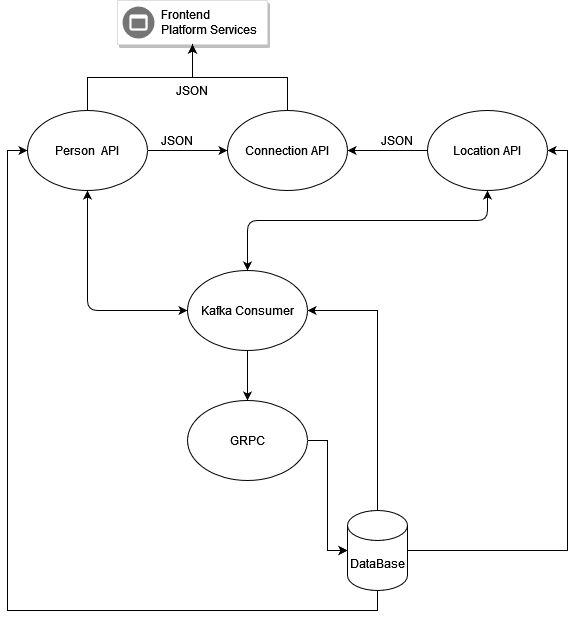
Above: docs/NewDesignDoc.png in gpcmax/nd064-c2-message-passing-projects-starter (draw.io), before the change. Source tidied: cells renumbered, new cells last; positions are measured from the earlier drawing's top-left corner, leaving out a move shared by most shapes. Source of this version:
```xml
<mxGraphModel>
  <root>
    <mxCell id="0" />
    <mxCell id="1" parent="0" />
    <mxCell id="2" style="strokeColor=#dddddd;shadow=1;strokeWidth=1;rounded=1;absoluteArcSize=1;arcSize=2;" parent="1" vertex="1">
      <mxGeometry x="90" width="150" height="44" as="geometry" />
    </mxCell>
    <mxCell id="3" value="Frontend&#10;Platform Services" style="sketch=0;dashed=0;html=1;fillColor=#757575;strokeColor=none;shape=mxgraph.gcp2.frontend_platform_services;labelPosition=right;verticalLabelPosition=middle;align=left;verticalAlign=middle;spacingLeft=5;fontSize=12;" parent="2" vertex="1">
      <mxGeometry y="0.5" width="32" height="32" relative="1" as="geometry">
        <mxPoint x="5" y="-16" as="offset" />
      </mxGeometry>
    </mxCell>
    <mxCell id="4" style="edgeStyle=orthogonalEdgeStyle;rounded=0;jettySize=auto;html=1;entryX=0.5;entryY=1;entryDx=0;entryDy=0;" parent="1" edge="1" source="6" target="2">
      <mxGeometry relative="1" as="geometry" />
    </mxCell>
    <mxCell id="5" style="edgeStyle=orthogonalEdgeStyle;rounded=0;jettySize=auto;html=1;entryX=0;entryY=0.5;entryDx=0;entryDy=0;" parent="1" edge="1" source="6" target="8">
      <mxGeometry relative="1" as="geometry" />
    </mxCell>
    <mxCell id="6" value="&lt;div&gt;Person&amp;nbsp; API&lt;/div&gt;" style="ellipse;whiteSpace=wrap;html=1;" parent="1" vertex="1">
      <mxGeometry y="110" width="120" height="80" as="geometry" />
    </mxCell>
    <mxCell id="7" style="edgeStyle=orthogonalEdgeStyle;rounded=0;jettySize=auto;html=1;entryX=0.5;entryY=1;entryDx=0;entryDy=0;" parent="1" edge="1" source="8" target="2">
      <mxGeometry relative="1" as="geometry" />
    </mxCell>
    <mxCell id="8" value="Connection API" style="ellipse;whiteSpace=wrap;html=1;" parent="1" vertex="1">
      <mxGeometry x="200" y="110" width="120" height="80" as="geometry" />
    </mxCell>
    <mxCell id="9" style="edgeStyle=orthogonalEdgeStyle;rounded=0;jettySize=auto;html=1;entryX=1;entryY=0.5;entryDx=0;entryDy=0;" parent="1" edge="1" source="10" target="8">
      <mxGeometry relative="1" as="geometry" />
    </mxCell>
    <mxCell id="10" value="Location API" style="ellipse;whiteSpace=wrap;html=1;" parent="1" vertex="1">
      <mxGeometry x="400" y="110" width="120" height="80" as="geometry" />
    </mxCell>
    <mxCell id="11" style="edgeStyle=orthogonalEdgeStyle;rounded=0;jettySize=auto;html=1;exitX=0.5;exitY=1;exitDx=0;exitDy=0;entryX=0.5;entryY=0;entryDx=0;entryDy=0;" parent="1" edge="1" source="12" target="15">
      <mxGeometry relative="1" as="geometry" />
    </mxCell>
    <mxCell id="12" value="Kafka Consumer" style="ellipse;whiteSpace=wrap;html=1;" parent="1" vertex="1">
      <mxGeometry x="160" y="270" width="120" height="80" as="geometry" />
    </mxCell>
    <mxCell id="13" style="edgeStyle=orthogonalEdgeStyle;rounded=0;jettySize=auto;html=1;entryX=0;entryY=0.5;entryDx=0;entryDy=0;entryPerimeter=0;" parent="1" edge="1" source="15" target="19">
      <mxGeometry relative="1" as="geometry" />
    </mxCell>
    <mxCell id="14" style="edgeStyle=orthogonalEdgeStyle;rounded=0;jettySize=auto;html=1;entryX=0;entryY=0.5;entryDx=0;entryDy=0;entryPerimeter=0;" parent="1" edge="1" source="15" target="19">
      <mxGeometry relative="1" as="geometry" />
    </mxCell>
    <mxCell id="15" value="GRPC" style="ellipse;whiteSpace=wrap;html=1;" parent="1" vertex="1">
      <mxGeometry x="160" y="400" width="120" height="80" as="geometry" />
    </mxCell>
    <mxCell id="16" style="edgeStyle=orthogonalEdgeStyle;rounded=0;jettySize=auto;html=1;entryX=1;entryY=0.5;entryDx=0;entryDy=0;exitX=0.5;exitY=0;exitDx=0;exitDy=0;exitPerimeter=0;" parent="1" edge="1" source="19" target="12">
      <mxGeometry relative="1" as="geometry" />
    </mxCell>
    <mxCell id="17" style="edgeStyle=orthogonalEdgeStyle;rounded=0;jettySize=auto;html=1;entryX=1;entryY=0.5;entryDx=0;entryDy=0;" parent="1" edge="1" source="19" target="10">
      <mxGeometry relative="1" as="geometry">
        <Array as="points">
          <mxPoint x="540" y="550" />
          <mxPoint x="540" y="150" />
        </Array>
      </mxGeometry>
    </mxCell>
    <mxCell id="18" style="edgeStyle=orthogonalEdgeStyle;rounded=0;jettySize=auto;html=1;entryX=0;entryY=0.5;entryDx=0;entryDy=0;exitX=0.5;exitY=1;exitDx=0;exitDy=0;exitPerimeter=0;" parent="1" edge="1" source="19" target="6">
      <mxGeometry relative="1" as="geometry" />
    </mxCell>
    <mxCell id="19" value="&lt;div&gt;DataBase&lt;/div&gt;" style="shape=cylinder3;whiteSpace=wrap;html=1;boundedLbl=1;backgroundOutline=1;size=15;" parent="1" vertex="1">
      <mxGeometry x="320" y="510" width="60" height="80" as="geometry" />
    </mxCell>
    <mxCell id="20" style="endArrow=classic;startArrow=classic;html=1;entryX=0;entryY=0.5;entryDx=0;entryDy=0;exitX=0.5;exitY=1;exitDx=0;exitDy=0;" parent="1" edge="1" source="6" target="12">
      <mxGeometry relative="1" as="geometry">
        <Array as="points">
          <mxPoint x="60" y="310" />
        </Array>
      </mxGeometry>
    </mxCell>
    <mxCell id="21" style="endArrow=classic;startArrow=classic;html=1;exitX=0.5;exitY=0;exitDx=0;exitDy=0;entryX=0.5;entryY=1;entryDx=0;entryDy=0;" parent="1" edge="1" source="12" target="10">
      <mxGeometry relative="1" as="geometry">
        <Array as="points">
          <mxPoint x="220" y="220" />
          <mxPoint x="460" y="220" />
        </Array>
      </mxGeometry>
    </mxCell>
    <mxCell id="22" value="JSON" style="text;html=1;strokeColor=none;fillColor=none;align=center;verticalAlign=middle;whiteSpace=wrap;rounded=0;" parent="1" vertex="1">
      <mxGeometry x="130" y="130" width="40" height="20" as="geometry" />
    </mxCell>
    <mxCell id="23" value="JSON" style="text;html=1;strokeColor=none;fillColor=none;align=center;verticalAlign=middle;whiteSpace=wrap;rounded=0;" parent="1" vertex="1">
      <mxGeometry x="350" y="130" width="40" height="20" as="geometry" />
    </mxCell>
    <mxCell id="24" value="JSON" style="text;html=1;strokeColor=none;fillColor=none;align=center;verticalAlign=middle;whiteSpace=wrap;rounded=0;" parent="1" vertex="1">
      <mxGeometry x="145" y="80" width="40" height="20" as="geometry" />
    </mxCell>
  </root>
</mxGraphModel>
```
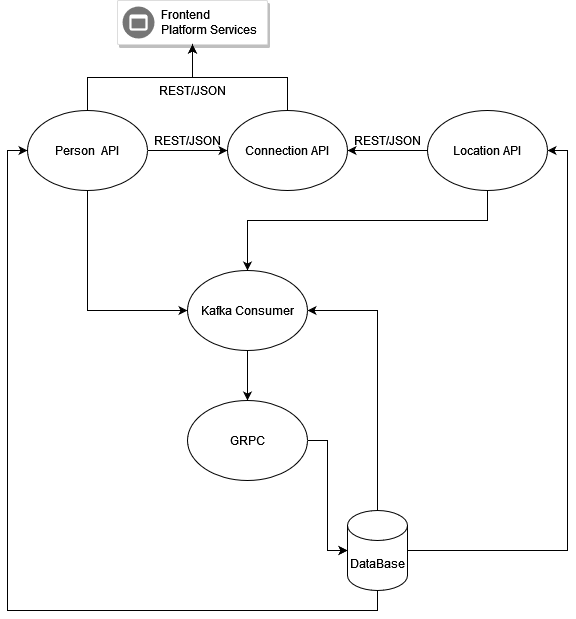
The same file after the commit.

Change to the diagram source:
```diff
@@ -13,6 +13,13 @@
     <mxCell id="4" style="edgeStyle=orthogonalEdgeStyle;rounded=0;jettySize=auto;html=1;entryX=0.5;entryY=1;entryDx=0;entryDy=0;" parent="1" edge="1" source="6" target="2">
       <mxGeometry relative="1" as="geometry" />
     </mxCell>
+    <mxCell id="20" style="edgeStyle=orthogonalEdgeStyle;rounded=0;jettySize=auto;html=1;entryX=0;entryY=0.5;entryDx=0;entryDy=0;" parent="1" edge="1" source="6" target="12">
+      <mxGeometry relative="1" as="geometry">
+        <Array as="points">
+          <mxPoint x="60" y="310" />
+        </Array>
+      </mxGeometry>
+    </mxCell>
     <mxCell id="5" style="edgeStyle=orthogonalEdgeStyle;rounded=0;jettySize=auto;html=1;entryX=0;entryY=0.5;entryDx=0;entryDy=0;" parent="1" edge="1" source="6" target="8">
       <mxGeometry relative="1" as="geometry" />
     </mxCell>
@@ -25,6 +32,14 @@
     <mxCell id="8" value="Connection API" style="ellipse;whiteSpace=wrap;html=1;" parent="1" vertex="1">
       <mxGeometry x="200" y="110" width="120" height="80" as="geometry" />
     </mxCell>
+    <mxCell id="25" style="edgeStyle=orthogonalEdgeStyle;rounded=0;jettySize=auto;html=1;entryX=0.5;entryY=0;entryDx=0;entryDy=0;" parent="1" edge="1" source="10" target="12">
+      <mxGeometry relative="1" as="geometry">
+        <Array as="points">
+          <mxPoint x="460" y="220" />
+          <mxPoint x="220" y="220" />
+        </Array>
+      </mxGeometry>
+    </mxCell>
     <mxCell id="9" style="edgeStyle=orthogonalEdgeStyle;rounded=0;jettySize=auto;html=1;entryX=1;entryY=0.5;entryDx=0;entryDy=0;" parent="1" edge="1" source="10" target="8">
       <mxGeometry relative="1" as="geometry" />
     </mxCell>
@@ -63,29 +78,14 @@
     <mxCell id="19" value="&lt;div&gt;DataBase&lt;/div&gt;" style="shape=cylinder3;whiteSpace=wrap;html=1;boundedLbl=1;backgroundOutline=1;size=15;" parent="1" vertex="1">
       <mxGeometry x="320" y="510" width="60" height="80" as="geometry" />
     </mxCell>
-    <mxCell id="20" style="endArrow=classic;startArrow=classic;html=1;entryX=0;entryY=0.5;entryDx=0;entryDy=0;exitX=0.5;exitY=1;exitDx=0;exitDy=0;" parent="1" edge="1" source="6" target="12">
-      <mxGeometry relative="1" as="geometry">
-        <Array as="points">
-          <mxPoint x="60" y="310" />
-        </Array>
-      </mxGeometry>
-    </mxCell>
-    <mxCell id="21" style="endArrow=classic;startArrow=classic;html=1;exitX=0.5;exitY=0;exitDx=0;exitDy=0;entryX=0.5;entryY=1;entryDx=0;entryDy=0;" parent="1" edge="1" source="12" target="10">
-      <mxGeometry relative="1" as="geometry">
-        <Array as="points">
-          <mxPoint x="220" y="220" />
-          <mxPoint x="460" y="220" />
-        </Array>
-      </mxGeometry>
-    </mxCell>
-    <mxCell id="22" value="JSON" style="text;html=1;strokeColor=none;fillColor=none;align=center;verticalAlign=middle;whiteSpace=wrap;rounded=0;" parent="1" vertex="1">
-      <mxGeometry x="130" y="130" width="40" height="20" as="geometry" />
+    <mxCell id="22" value="REST/JSON" style="text;html=1;strokeColor=none;fillColor=none;align=center;verticalAlign=middle;whiteSpace=wrap;rounded=0;" parent="1" vertex="1">
+      <mxGeometry x="140" y="130" width="40" height="20" as="geometry" />
     </mxCell>
-    <mxCell id="23" value="JSON" style="text;html=1;strokeColor=none;fillColor=none;align=center;verticalAlign=middle;whiteSpace=wrap;rounded=0;" parent="1" vertex="1">
-      <mxGeometry x="350" y="130" width="40" height="20" as="geometry" />
-    </mxCell>
-    <mxCell id="24" value="JSON" style="text;html=1;strokeColor=none;fillColor=none;align=center;verticalAlign=middle;whiteSpace=wrap;rounded=0;" parent="1" vertex="1">
-      <mxGeometry x="145" y="80" width="40" height="20" as="geometry" />
-    </mxCell>
+    <mxCell id="26" value="REST/JSON" style="text;html=1;strokeColor=none;fillColor=none;align=center;verticalAlign=middle;whiteSpace=wrap;rounded=0;" parent="1" vertex="1">
+      <mxGeometry x="340" y="130" width="40" height="20" as="geometry" />
+    </mxCell>
+    <mxCell id="27" value="REST/JSON" style="text;html=1;strokeColor=none;fillColor=none;align=center;verticalAlign=middle;whiteSpace=wrap;rounded=0;" parent="1" vertex="1">
+      <mxGeometry x="145" y="80" width="40" height="20" as="geometry" />
+    </mxCell>
   </root>
 </mxGraphModel>
```
